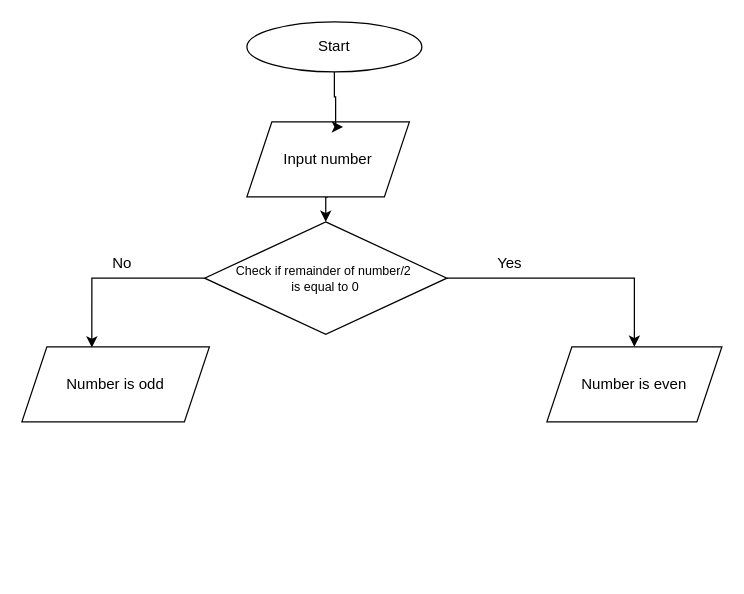
The draw.io diagram Odd Even.drawio in amyra2013/Codingal, before the edit. Source tidied: cells renumbered, new cells numbered last; positions are measured from the earlier drawing's top-left corner, leaving out a move shared by most shapes. Both pictures are drawn from the tidied source at 125%, with x=0, y=0 at pixel (21, 21).
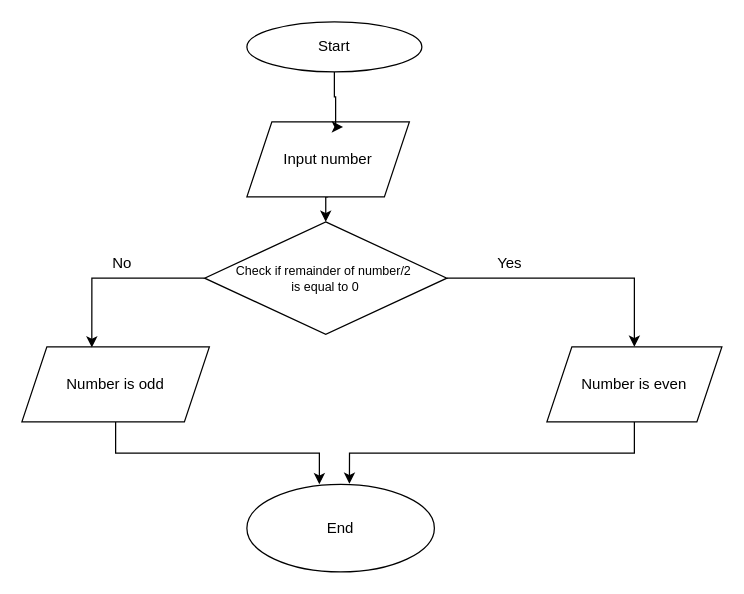
The same page after the edit.

Change to the diagram source:
```diff
@@
 <mxGraphModel>
   <root>
     <mxCell id="0" />
     <mxCell id="1" parent="0" />
     <mxCell id="2" value="Start" style="ellipse;whiteSpace=wrap;html=1;" parent="1" vertex="1">
       <mxGeometry x="180" width="140" height="40" as="geometry" />
     </mxCell>
     <mxCell id="3" style="edgeStyle=orthogonalEdgeStyle;rounded=0;jettySize=auto;html=1;exitX=0.5;exitY=1;exitDx=0;exitDy=0;entryX=0.5;entryY=0;entryDx=0;entryDy=0;" parent="1" edge="1" source="4" target="7">
       <mxGeometry relative="1" as="geometry" />
     </mxCell>
     <mxCell id="4" value="Input number" style="shape=parallelogram;perimeter=parallelogramPerimeter;whiteSpace=wrap;html=1;fixedSize=1;" parent="1" vertex="1">
       <mxGeometry x="180" y="80" width="130" height="60" as="geometry" />
     </mxCell>
     <mxCell id="5" style="edgeStyle=orthogonalEdgeStyle;rounded=0;jettySize=auto;html=1;exitX=0.5;exitY=1;exitDx=0;exitDy=0;entryX=0.592;entryY=0.067;entryDx=0;entryDy=0;entryPerimeter=0;" parent="1" edge="1" source="2" target="4">
       <mxGeometry relative="1" as="geometry">
         <Array as="points">
           <mxPoint x="250" y="60" />
           <mxPoint x="251" y="60" />
         </Array>
       </mxGeometry>
     </mxCell>
     <mxCell id="6" style="edgeStyle=orthogonalEdgeStyle;rounded=0;jettySize=auto;html=1;exitX=1;exitY=0.5;exitDx=0;exitDy=0;entryX=0.5;entryY=0;entryDx=0;entryDy=0;" parent="1" edge="1" source="7" target="8">
       <mxGeometry relative="1" as="geometry" />
     </mxCell>
     <mxCell id="7" value="&lt;font style=&quot;font-size: 10px;&quot;&gt;Check if remainder of number/2&amp;nbsp;&lt;/font&gt;&lt;div style=&quot;font-size: 10px;&quot;&gt;&lt;font style=&quot;font-size: 10px;&quot;&gt;is equal to 0&lt;/font&gt;&lt;/div&gt;" style="rhombus;whiteSpace=wrap;html=1;" parent="1" vertex="1">
       <mxGeometry x="146.2" y="160" width="193.8" height="90" as="geometry" />
     </mxCell>
     <mxCell id="8" value="Number is even" style="shape=parallelogram;perimeter=parallelogramPerimeter;whiteSpace=wrap;html=1;fixedSize=1;" parent="1" vertex="1">
       <mxGeometry x="420" y="260" width="140" height="60" as="geometry" />
     </mxCell>
     <mxCell id="9" value="Yes" style="text;html=1;align=center;verticalAlign=middle;strokeColor=none;fillColor=none;" parent="1" vertex="1">
       <mxGeometry x="370" y="178" width="40" height="30" as="geometry" />
     </mxCell>
     <mxCell id="10" value="No" style="text;html=1;align=center;verticalAlign=middle;strokeColor=none;fillColor=none;" parent="1" vertex="1">
       <mxGeometry x="59.5" y="178" width="40" height="30" as="geometry" />
     </mxCell>
     <mxCell id="11" value="Number is odd" style="shape=parallelogram;perimeter=parallelogramPerimeter;whiteSpace=wrap;html=1;fixedSize=1;" parent="1" vertex="1">
       <mxGeometry y="260" width="150" height="60" as="geometry" />
     </mxCell>
     <mxCell id="12" style="edgeStyle=orthogonalEdgeStyle;rounded=0;jettySize=auto;html=1;exitX=0;exitY=0.5;exitDx=0;exitDy=0;entryX=0.373;entryY=0.008;entryDx=0;entryDy=0;entryPerimeter=0;" parent="1" edge="1" source="7" target="11">
       <mxGeometry relative="1" as="geometry" />
     </mxCell>
+    <mxCell id="13" value="End" style="ellipse;whiteSpace=wrap;html=1;gradientColor=none;fillColor=default;" parent="1" vertex="1">
+      <mxGeometry x="180" y="370" width="150" height="70" as="geometry" />
+    </mxCell>
+    <mxCell id="14" style="edgeStyle=orthogonalEdgeStyle;rounded=0;jettySize=auto;html=1;exitX=0.5;exitY=1;exitDx=0;exitDy=0;entryX=0.547;entryY=-0.007;entryDx=0;entryDy=0;entryPerimeter=0;" parent="1" edge="1" source="8" target="13">
+      <mxGeometry relative="1" as="geometry" />
+    </mxCell>
+    <mxCell id="15" style="edgeStyle=orthogonalEdgeStyle;rounded=0;jettySize=auto;html=1;exitX=0.5;exitY=1;exitDx=0;exitDy=0;" parent="1" edge="1" source="11">
+      <mxGeometry relative="1" as="geometry">
+        <mxPoint x="238" y="370" as="targetPoint" />
+        <Array as="points">
+          <mxPoint x="75" y="345" />
+          <mxPoint x="238" y="345" />
+        </Array>
+      </mxGeometry>
+    </mxCell>
   </root>
 </mxGraphModel>
```
